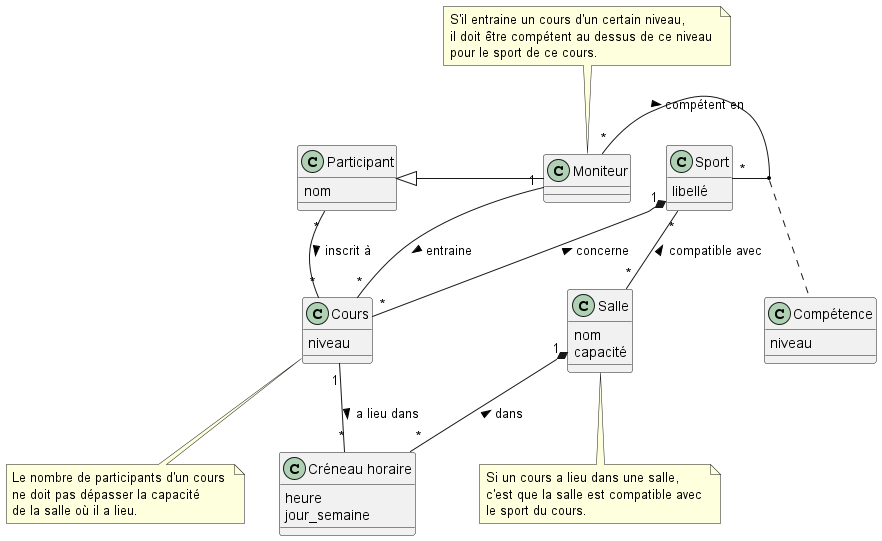
This is uml/classe.png from pdl-classroom/uml-classe-cours-de-sport-corrige, a PlantUML export, as it was before one commit.
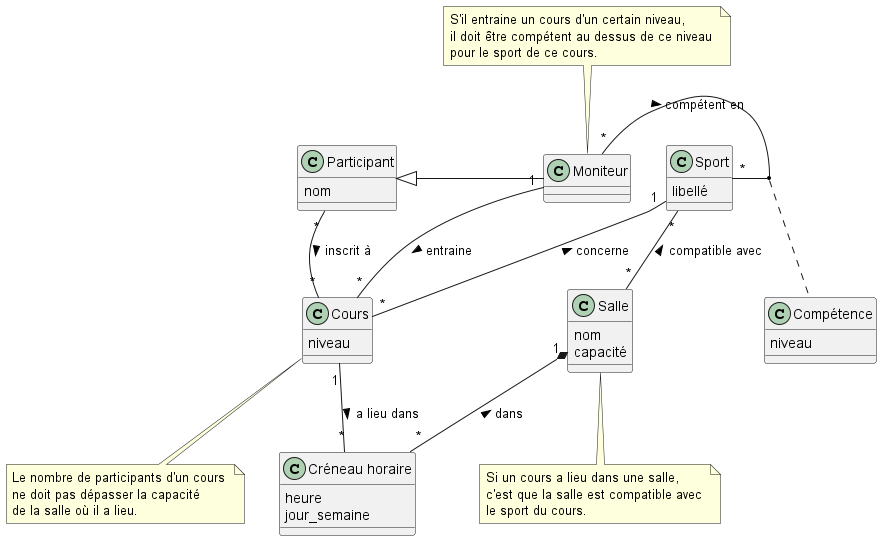
Above is the later version.

Commit message:
typo + composition

The edit, as a diff of the source:
```diff
@@ -1,5 +1,4 @@
 @startuml
-
 
 together {
 class Salle {
@@ -15,8 +14,6 @@
 }
 
 }
-
-
 
 
 class Compétence {
@@ -38,7 +35,7 @@
 
 Moniteur --|> Participant
 
-Cours "*" --* "1" Sport : concerne >
+Cours "*" -- "1" Sport : concerne >
 Salle "*" -up- "*" Sport : compatible avec >
 Salle "1" *-up- "*" Creneau : dans <
 Cours "1" -- "*" Creneau : a lieu dans >
```
